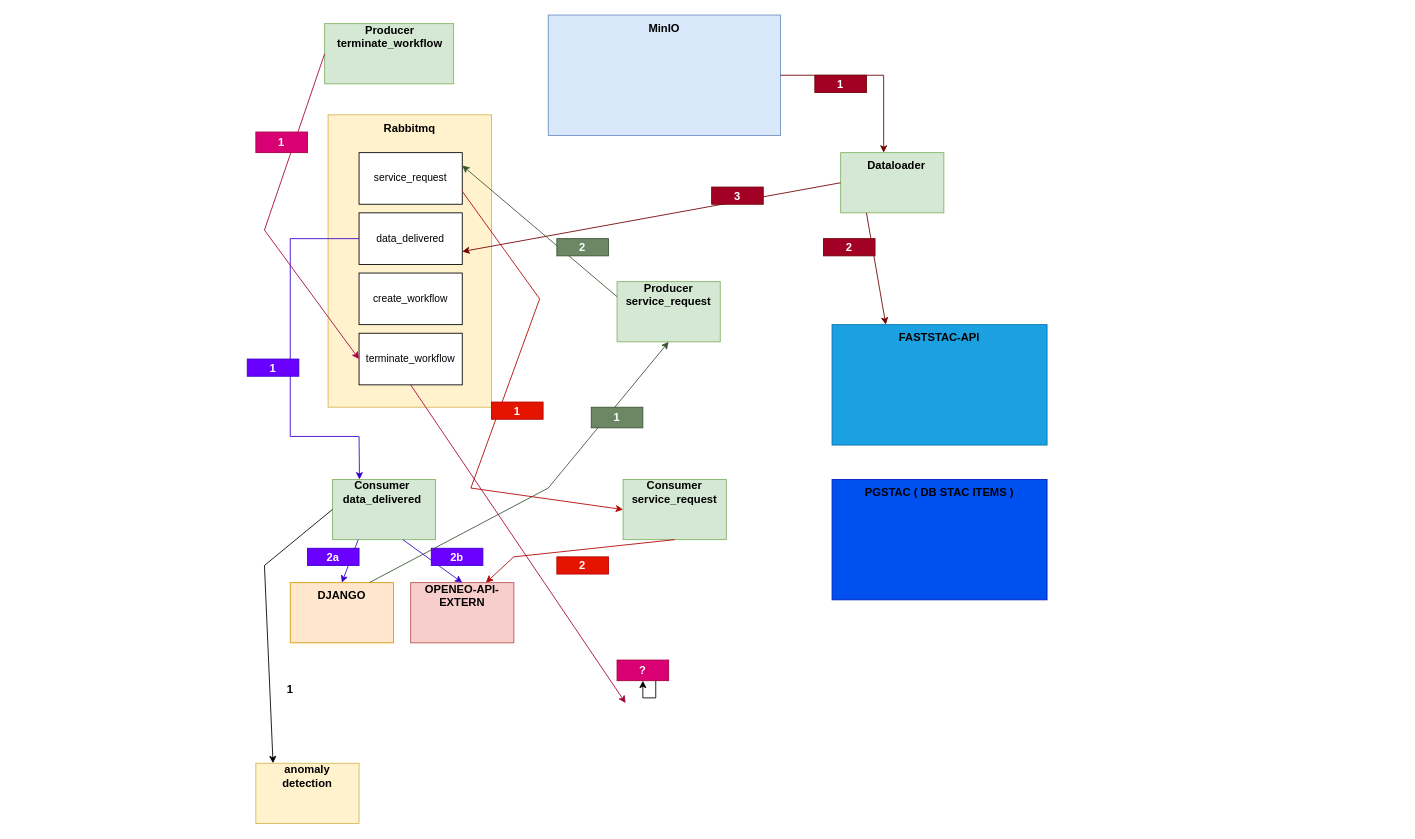
This is peooneer.drawio from espdits/essenzaAngelica, a draw.io file, before an edit. Source tidied: cells renumbered, new cells numbered last; positions are measured from the earlier drawing's top-left corner, leaving out a move shared by most shapes. Both pictures are drawn from the tidied source at 86%, with x=0, y=0 at pixel (247, 15).
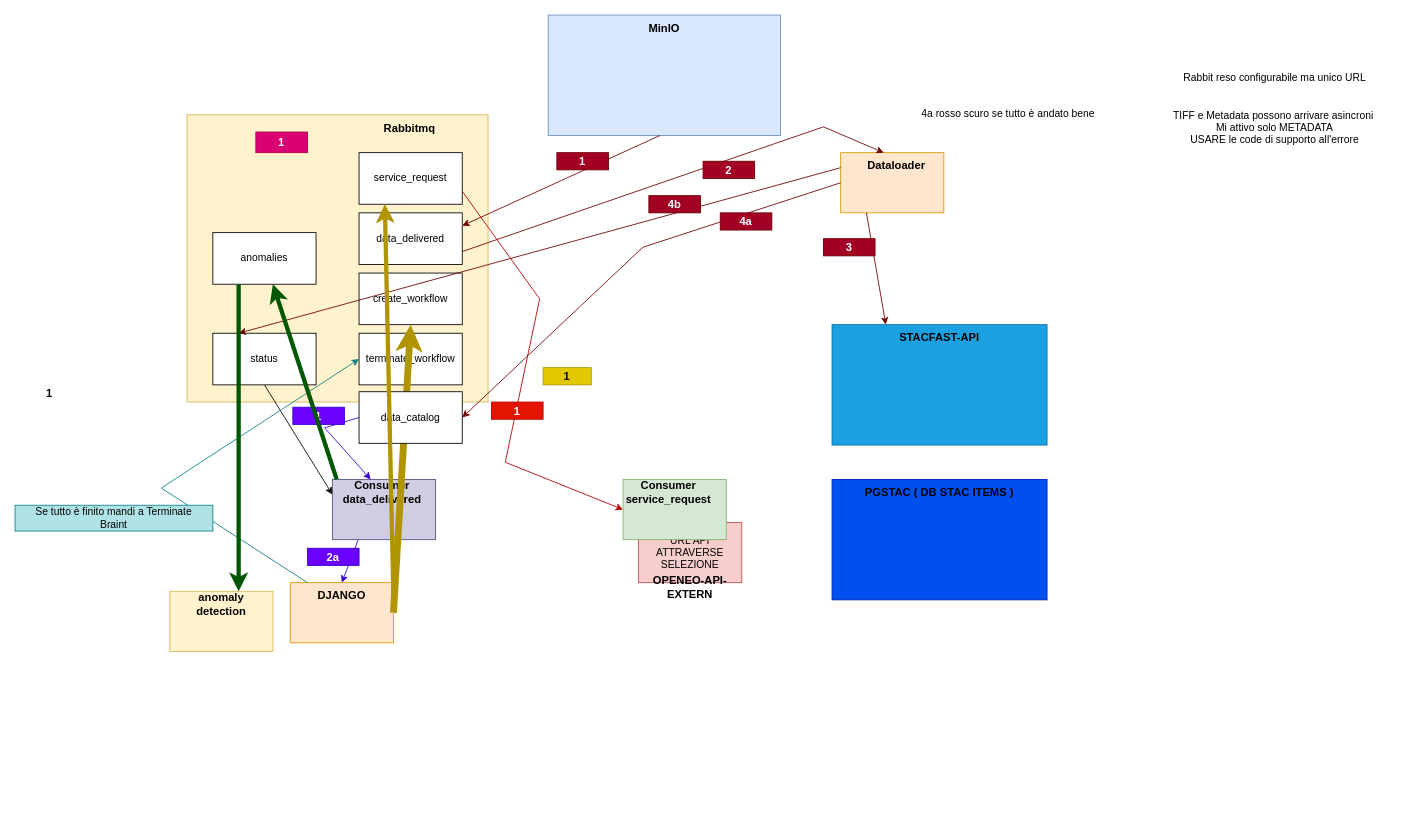
The same page after the edit.

Unchanged cells that the change refers to:
```xml
<mxCell id="3" value="data_delivered" style="rounded=0;whiteSpace=wrap;html=1;" parent="1" vertex="1">
  <mxGeometry x="130" y="230" width="120" height="60" as="geometry" />
</mxCell>
<mxCell id="4" value="create_workflow" style="rounded=0;whiteSpace=wrap;html=1;" parent="1" vertex="1">
  <mxGeometry x="130" y="300" width="120" height="60" as="geometry" />
</mxCell>
<mxCell id="5" value="service_request" style="rounded=0;whiteSpace=wrap;html=1;" parent="1" vertex="1">
  <mxGeometry x="130" y="160" width="120" height="60" as="geometry" />
</mxCell>
<mxCell id="6" value="terminate_workflow" style="rounded=0;whiteSpace=wrap;html=1;" parent="1" vertex="1">
  <mxGeometry x="130" y="370" width="120" height="60" as="geometry" />
</mxCell>
<mxCell id="8" style="rounded=0;whiteSpace=wrap;html=1;fillColor=#dae8fc;strokeColor=#6c8ebf;" parent="1" vertex="1">
  <mxGeometry x="350" width="270" height="140" as="geometry" />
</mxCell>
<mxCell id="15" value="Dataloader" style="text;html=1;align=center;verticalAlign=middle;whiteSpace=wrap;rounded=0;fontStyle=1;fontSize=13;" parent="1" vertex="1">
  <mxGeometry x="700" y="160" width="110" height="30" as="geometry" />
</mxCell>
<mxCell id="23" value="Consumer data_delivered" style="text;html=1;align=center;verticalAlign=middle;whiteSpace=wrap;rounded=0;fontStyle=1;fontSize=13;" parent="1" vertex="1">
  <mxGeometry x="104" y="540" width="106" height="30" as="geometry" />
</mxCell>
<mxCell id="25" style="rounded=0;whiteSpace=wrap;html=1;fillColor=#ffe6cc;strokeColor=#d79b00;" parent="1" vertex="1">
  <mxGeometry x="50" y="660" width="120" height="70" as="geometry" />
</mxCell>
<mxCell id="27" value="DJANGO" style="text;html=1;align=center;verticalAlign=middle;whiteSpace=wrap;rounded=0;fontStyle=1;fontSize=13;" parent="1" vertex="1">
  <mxGeometry x="70" y="660" width="80" height="30" as="geometry" />
</mxCell>
<mxCell id="42" style="rounded=0;whiteSpace=wrap;html=1;fillColor=#d5e8d4;strokeColor=#82b366;" parent="1" vertex="1">
  <mxGeometry x="437" y="540" width="120" height="70" as="geometry" />
</mxCell>
```

Change to the diagram source:
```diff
@@
     <mxCell id="2" style="rounded=0;whiteSpace=wrap;html=1;fillColor=#fff2cc;strokeColor=#d6b656;" parent="1" vertex="1">
-      <mxGeometry x="94" y="116" width="190" height="340" as="geometry" />
+      <mxGeometry x="-70" y="116" width="350" height="334" as="geometry" />
     </mxCell>
@@
-    <mxCell id="11" value="FASTSTAC-API" style="text;html=1;align=center;verticalAlign=middle;whiteSpace=wrap;rounded=0;fontStyle=1;fontSize=13;" parent="1" vertex="1">
+    <mxCell id="11" value="STACFAST-API" style="text;html=1;align=center;verticalAlign=middle;whiteSpace=wrap;rounded=0;fontStyle=1;fontSize=13;" parent="1" vertex="1">
       <mxGeometry x="750" y="360" width="110" height="30" as="geometry" />
     </mxCell>
@@
-    <mxCell id="14" style="rounded=0;whiteSpace=wrap;html=1;fillColor=#d5e8d4;strokeColor=#82b366;" parent="1" vertex="1">
+    <mxCell id="14" style="rounded=0;whiteSpace=wrap;html=1;fillColor=#ffe6cc;strokeColor=#d79b00;" parent="1" vertex="1">
       <mxGeometry x="690" y="160" width="120" height="70" as="geometry" />
     </mxCell>
@@
-    <mxCell id="16" style="endArrow=classic;html=1;rounded=0;exitX=1;exitY=0.5;exitDx=0;exitDy=0;entryX=0.364;entryY=0;entryDx=0;entryDy=0;entryPerimeter=0;fillColor=#a20025;strokeColor=#6F0000;" parent="1" edge="1" source="8" target="15">
+    <mxCell id="16" style="endArrow=classic;html=1;rounded=0;exitX=1;exitY=0.75;exitDx=0;exitDy=0;entryX=0.364;entryY=0;entryDx=0;entryDy=0;entryPerimeter=0;fillColor=#a20025;strokeColor=#6F0000;" parent="1" edge="1" source="3" target="15">
       <mxGeometry relative="1" as="geometry">
         <Array as="points">
-          <mxPoint x="740" y="70" />
+          <mxPoint x="670" y="130" />
         </Array>
       </mxGeometry>
     </mxCell>
@@
-    <mxCell id="18" style="endArrow=classic;html=1;rounded=0;exitX=0;exitY=0.5;exitDx=0;exitDy=0;entryX=1;entryY=0.75;entryDx=0;entryDy=0;fillColor=#a20025;strokeColor=#6F0000;" parent="1" edge="1" source="14" target="3">
-      <mxGeometry relative="1" as="geometry" />
+    <mxCell id="18" style="endArrow=classic;html=1;rounded=0;entryX=1;entryY=0.25;entryDx=0;entryDy=0;fillColor=#a20025;strokeColor=#6F0000;" parent="1" edge="1" target="3">
+      <mxGeometry relative="1" as="geometry">
+        <mxPoint x="480" y="140" as="sourcePoint" />
+      </mxGeometry>
     </mxCell>
-    <mxCell id="19" value="1" style="text;html=1;align=center;verticalAlign=middle;whiteSpace=wrap;rounded=0;fontStyle=1;fontSize=13;fillColor=#a20025;fontColor=#ffffff;strokeColor=#6F0000;" parent="1" vertex="1">
-      <mxGeometry x="660" y="70" width="60" height="20" as="geometry" />
+    <mxCell id="19" value="2" style="text;html=1;align=center;verticalAlign=middle;whiteSpace=wrap;rounded=0;fontStyle=1;fontSize=13;fillColor=#a20025;fontColor=#ffffff;strokeColor=#6F0000;" parent="1" vertex="1">
+      <mxGeometry x="530" y="170" width="60" height="20" as="geometry" />
     </mxCell>
-    <mxCell id="20" value="2" style="text;html=1;align=center;verticalAlign=middle;whiteSpace=wrap;rounded=0;fontStyle=1;fontSize=13;fillColor=#a20025;fontColor=#ffffff;strokeColor=#6F0000;" parent="1" vertex="1">
+    <mxCell id="20" value="3" style="text;html=1;align=center;verticalAlign=middle;whiteSpace=wrap;rounded=0;fontStyle=1;fontSize=13;fillColor=#a20025;fontColor=#ffffff;strokeColor=#6F0000;" parent="1" vertex="1">
       <mxGeometry x="670" y="260" width="60" height="20" as="geometry" />
     </mxCell>
-    <mxCell id="21" value="3" style="text;html=1;align=center;verticalAlign=middle;whiteSpace=wrap;rounded=0;fontStyle=1;fontSize=13;fillColor=#a20025;fontColor=#ffffff;strokeColor=#6F0000;" parent="1" vertex="1">
-      <mxGeometry x="540" y="200" width="60" height="20" as="geometry" />
+    <mxCell id="21" value="1" style="text;html=1;align=center;verticalAlign=middle;whiteSpace=wrap;rounded=0;fontStyle=1;fontSize=13;fillColor=#a20025;fontColor=#ffffff;strokeColor=#6F0000;" parent="1" vertex="1">
+      <mxGeometry x="360" y="160" width="60" height="20" as="geometry" />
     </mxCell>
-    <mxCell id="22" style="rounded=0;whiteSpace=wrap;html=1;fillColor=#d5e8d4;strokeColor=#82b366;" parent="1" vertex="1">
+    <mxCell id="22" style="rounded=0;whiteSpace=wrap;html=1;fillColor=#d0cee2;strokeColor=#56517e;" parent="1" vertex="1">
       <mxGeometry x="99" y="540" width="120" height="70" as="geometry" />
     </mxCell>
@@
-    <mxCell id="24" style="endArrow=classic;html=1;rounded=0;exitX=0;exitY=0.5;exitDx=0;exitDy=0;entryX=0.25;entryY=0;entryDx=0;entryDy=0;fillColor=#6a00ff;strokeColor=#3700CC;" parent="1" edge="1" source="3" target="23">
-      <mxGeometry relative="1" as="geometry">
-        <Array as="points">
-          <mxPoint x="50" y="260" />
-          <mxPoint x="50" y="490" />
-          <mxPoint x="130" y="490" />
-        </Array>
-      </mxGeometry>
-    </mxCell>
@@
-    <mxCell id="26" style="rounded=0;whiteSpace=wrap;html=1;fillColor=#f8cecc;strokeColor=#b85450;" parent="1" vertex="1">
-      <mxGeometry x="190" y="660" width="120" height="70" as="geometry" />
+    <mxCell id="26" value="URL API ATTRAVERSE SELEZIONE" style="rounded=0;whiteSpace=wrap;html=1;fillColor=#f8cecc;strokeColor=#b85450;" parent="1" vertex="1">
+      <mxGeometry x="455" y="590" width="120" height="70" as="geometry" />
     </mxCell>
@@
     <mxCell id="28" value="OPENEO-API-EXTERN" style="text;html=1;align=center;verticalAlign=middle;whiteSpace=wrap;rounded=0;fontStyle=1;fontSize=13;" parent="1" vertex="1">
-      <mxGeometry x="195" y="660" width="110" height="30" as="geometry" />
+      <mxGeometry x="460" y="650" width="110" height="30" as="geometry" />
     </mxCell>
@@
-    <mxCell id="30" style="endArrow=classic;html=1;rounded=0;exitX=0.683;exitY=1;exitDx=0;exitDy=0;exitPerimeter=0;entryX=0.5;entryY=0;entryDx=0;entryDy=0;fillColor=#6a00ff;strokeColor=#3700CC;" parent="1" edge="1" source="22" target="28">
-      <mxGeometry relative="1" as="geometry" />
-    </mxCell>
@@
-    <mxCell id="32" value="1" style="text;html=1;align=center;verticalAlign=middle;whiteSpace=wrap;rounded=0;fontStyle=1;fontSize=13;fillColor=#6a00ff;fontColor=#ffffff;strokeColor=#3700CC;" parent="1" vertex="1">
-      <mxGeometry y="400" width="60" height="20" as="geometry" />
-    </mxCell>
@@
-    <mxCell id="34" value="2b" style="text;html=1;align=center;verticalAlign=middle;whiteSpace=wrap;rounded=0;fontStyle=1;fontSize=13;fillColor=#6a00ff;fontColor=#ffffff;strokeColor=#3700CC;" parent="1" vertex="1">
-      <mxGeometry x="214" y="620" width="60" height="20" as="geometry" />
-    </mxCell>
-    <mxCell id="35" style="rounded=0;whiteSpace=wrap;html=1;fillColor=#d5e8d4;strokeColor=#82b366;" parent="1" vertex="1">
-      <mxGeometry x="430" y="310" width="120" height="70" as="geometry" />
-    </mxCell>
-    <mxCell id="36" value="Producer service_request" style="text;html=1;align=center;verticalAlign=middle;whiteSpace=wrap;rounded=0;fontStyle=1;fontSize=13;" parent="1" vertex="1">
-      <mxGeometry x="437" y="310" width="106" height="30" as="geometry" />
-    </mxCell>
-    <mxCell id="37" style="endArrow=classic;html=1;rounded=0;exitX=0;exitY=0.25;exitDx=0;exitDy=0;entryX=1;entryY=0.25;entryDx=0;entryDy=0;fillColor=#6d8764;strokeColor=#3A5431;" parent="1" edge="1" source="35" target="5">
-      <mxGeometry relative="1" as="geometry" />
-    </mxCell>
-    <mxCell id="38" style="endArrow=classic;html=1;rounded=0;exitX=0.9;exitY=-0.002;exitDx=0;exitDy=0;exitPerimeter=0;entryX=0.5;entryY=1;entryDx=0;entryDy=0;fillColor=#6d8764;strokeColor=#3A5431;" parent="1" edge="1" source="27" target="35">
-      <mxGeometry relative="1" as="geometry">
-        <Array as="points">
-          <mxPoint x="350" y="550" />
-        </Array>
-      </mxGeometry>
-    </mxCell>
-    <mxCell id="39" value="1" style="text;html=1;align=center;verticalAlign=middle;whiteSpace=wrap;rounded=0;fontStyle=1;fontSize=13;fillColor=#6d8764;fontColor=#ffffff;strokeColor=#3A5431;" parent="1" vertex="1">
-      <mxGeometry x="400" y="456" width="60" height="24" as="geometry" />
-    </mxCell>
-    <mxCell id="40" value="2" style="text;html=1;align=center;verticalAlign=middle;whiteSpace=wrap;rounded=0;fontStyle=1;fontSize=13;fillColor=#6d8764;fontColor=#ffffff;strokeColor=#3A5431;" parent="1" vertex="1">
-      <mxGeometry x="360" y="260" width="60" height="20" as="geometry" />
-    </mxCell>
     <mxCell id="41" style="endArrow=classic;html=1;rounded=0;exitX=1;exitY=0.75;exitDx=0;exitDy=0;entryX=0;entryY=0.5;entryDx=0;entryDy=0;fillColor=#e51400;strokeColor=#B20000;" parent="1" edge="1" source="5" target="42">
       <mxGeometry relative="1" as="geometry">
         <Array as="points">
           <mxPoint x="340" y="330" />
-          <mxPoint x="260" y="550" />
+          <mxPoint x="300" y="520" />
         </Array>
       </mxGeometry>
     </mxCell>
@@
     <mxCell id="43" value="Consumer service_request" style="text;html=1;align=center;verticalAlign=middle;whiteSpace=wrap;rounded=0;fontStyle=1;fontSize=13;" parent="1" vertex="1">
-      <mxGeometry x="444" y="540" width="106" height="30" as="geometry" />
+      <mxGeometry x="437" y="540" width="106" height="30" as="geometry" />
     </mxCell>
-    <mxCell id="44" style="endArrow=classic;html=1;rounded=0;exitX=0.5;exitY=1;exitDx=0;exitDy=0;entryX=0.75;entryY=0;entryDx=0;entryDy=0;fillColor=#e51400;strokeColor=#B20000;" parent="1" edge="1" source="42" target="28">
-      <mxGeometry relative="1" as="geometry">
-        <Array as="points">
-          <mxPoint x="310" y="630" />
-        </Array>
-      </mxGeometry>
-    </mxCell>
@@
-    <mxCell id="46" value="2" style="text;html=1;align=center;verticalAlign=middle;whiteSpace=wrap;rounded=0;fontStyle=1;fontSize=13;fillColor=#e51400;fontColor=#ffffff;strokeColor=#B20000;" parent="1" vertex="1">
-      <mxGeometry x="360" y="630" width="60" height="20" as="geometry" />
-    </mxCell>
-    <mxCell id="47" style="rounded=0;whiteSpace=wrap;html=1;fillColor=#d5e8d4;strokeColor=#82b366;" parent="1" vertex="1">
-      <mxGeometry x="90" y="10" width="150" height="70" as="geometry" />
-    </mxCell>
-    <mxCell id="48" value="Producer terminate_workflow" style="text;html=1;align=center;verticalAlign=middle;whiteSpace=wrap;rounded=0;fontStyle=1;fontSize=13;" parent="1" vertex="1">
-      <mxGeometry x="113" y="10" width="106" height="30" as="geometry" />
-    </mxCell>
-    <mxCell id="49" style="endArrow=classic;html=1;rounded=0;exitX=0;exitY=0.5;exitDx=0;exitDy=0;entryX=0;entryY=0.5;entryDx=0;entryDy=0;fillColor=#d80073;strokeColor=#A50040;" parent="1" edge="1" source="47" target="6">
-      <mxGeometry relative="1" as="geometry">
-        <Array as="points">
-          <mxPoint x="20" y="250" />
-        </Array>
-      </mxGeometry>
-    </mxCell>
@@
-    <mxCell id="51" style="endArrow=classic;html=1;rounded=0;exitX=0.5;exitY=1;exitDx=0;exitDy=0;fillColor=#d80073;strokeColor=#A50040;" parent="1" edge="1" source="6">
-      <mxGeometry relative="1" as="geometry">
-        <mxPoint x="440" y="800" as="targetPoint" />
-      </mxGeometry>
-    </mxCell>
-    <mxCell id="52" value="?" style="text;html=1;align=center;verticalAlign=middle;whiteSpace=wrap;rounded=0;fontStyle=1;fontSize=13;fillColor=#d80073;fontColor=#ffffff;strokeColor=#A50040;" parent="1" vertex="1">
-      <mxGeometry x="430" y="750" width="60" height="24" as="geometry" />
-    </mxCell>
-    <mxCell id="53" style="edgeStyle=orthogonalEdgeStyle;rounded=0;orthogonalLoop=1;jettySize=auto;html=1;exitX=0.75;exitY=1;exitDx=0;exitDy=0;" parent="1" edge="1" source="52" target="52">
-      <mxGeometry relative="1" as="geometry" />
-    </mxCell>
-    <mxCell id="54" style="endArrow=classic;html=1;rounded=0;exitX=0;exitY=0.5;exitDx=0;exitDy=0;" parent="1" edge="1" source="22">
-      <mxGeometry relative="1" as="geometry">
-        <mxPoint x="30" y="870" as="targetPoint" />
-        <Array as="points">
-          <mxPoint x="20" y="640" />
-        </Array>
-      </mxGeometry>
-    </mxCell>
     <mxCell id="55" style="rounded=0;whiteSpace=wrap;html=1;fillColor=#fff2cc;strokeColor=#d6b656;" parent="1" vertex="1">
-      <mxGeometry x="10" y="870" width="120" height="70" as="geometry" />
+      <mxGeometry x="-90" y="670" width="120" height="70" as="geometry" />
     </mxCell>
     <mxCell id="56" value="anomaly detection" style="text;html=1;align=center;verticalAlign=middle;whiteSpace=wrap;rounded=0;fontStyle=1;fontSize=13;" parent="1" vertex="1">
-      <mxGeometry x="30" y="870" width="80" height="30" as="geometry" />
+      <mxGeometry x="-70" y="670" width="80" height="30" as="geometry" />
     </mxCell>
     <mxCell id="57" value="1" style="text;html=1;align=center;verticalAlign=middle;whiteSpace=wrap;rounded=0;fontStyle=1;fontSize=13;" parent="1" vertex="1">
-      <mxGeometry x="20" y="774" width="60" height="20" as="geometry" />
+      <mxGeometry x="-260" y="430" width="60" height="20" as="geometry" />
     </mxCell>
+    <mxCell id="58" value="Rabbit reso configurabile ma unico URL&lt;div&gt;&lt;br&gt;&lt;br&gt;TIFF e Metadata possono arrivare asincroni&amp;nbsp;&lt;/div&gt;&lt;div&gt;Mi attivo solo METADATA&lt;/div&gt;&lt;div&gt;USARE le code di supporto all'errore&lt;/div&gt;&lt;div&gt;&lt;br&gt;&lt;/div&gt;&lt;div&gt;&lt;br&gt;&lt;/div&gt;&lt;div&gt;&lt;br&gt;&lt;/div&gt;&lt;div&gt;&lt;br&gt;&lt;/div&gt;&lt;div&gt;&amp;nbsp;&lt;/div&gt;" style="text;html=1;align=center;verticalAlign=middle;whiteSpace=wrap;rounded=0;" parent="1" vertex="1">
+      <mxGeometry x="1050" y="10" width="290" height="270" as="geometry" />
+    </mxCell>
+    <mxCell id="39" value="1" style="text;html=1;align=center;verticalAlign=middle;whiteSpace=wrap;rounded=0;fontStyle=1;fontSize=13;fillColor=#e3c800;fontColor=#000000;strokeColor=#B09500;" parent="1" vertex="1">
+      <mxGeometry x="344" y="410" width="56" height="20" as="geometry" />
+    </mxCell>
+    <mxCell id="59" style="endArrow=classic;html=1;rounded=0;exitX=1;exitY=0.5;exitDx=0;exitDy=0;entryX=0.5;entryY=1;entryDx=0;entryDy=0;fillColor=#e3c800;strokeColor=#B09500;strokeWidth=8;" parent="1" edge="1" source="25" target="4">
+      <mxGeometry relative="1" as="geometry" />
+    </mxCell>
+    <mxCell id="60" value="data_catalog" style="rounded=0;whiteSpace=wrap;html=1;" parent="1" vertex="1">
+      <mxGeometry x="130" y="438" width="120" height="60" as="geometry" />
+    </mxCell>
+    <mxCell id="61" style="endArrow=classic;html=1;rounded=0;exitX=0;exitY=0.5;exitDx=0;exitDy=0;fillColor=#6a00ff;strokeColor=#3700CC;" parent="1" edge="1" source="60" target="23">
+      <mxGeometry relative="1" as="geometry">
+        <Array as="points">
+          <mxPoint x="90" y="480" />
+        </Array>
+      </mxGeometry>
+    </mxCell>
+    <mxCell id="32" value="1" style="text;html=1;align=center;verticalAlign=middle;whiteSpace=wrap;rounded=0;fontStyle=1;fontSize=13;fillColor=#6a00ff;fontColor=#ffffff;strokeColor=#3700CC;" parent="1" vertex="1">
+      <mxGeometry x="53" y="456" width="60" height="20" as="geometry" />
+    </mxCell>
+    <mxCell id="62" style="endArrow=classic;html=1;rounded=0;exitX=0;exitY=0.5;exitDx=0;exitDy=0;entryX=1;entryY=0.5;entryDx=0;entryDy=0;fillColor=#a20025;strokeColor=#6F0000;" parent="1" edge="1" source="14" target="60">
+      <mxGeometry relative="1" as="geometry">
+        <Array as="points">
+          <mxPoint x="460" y="270" />
+        </Array>
+      </mxGeometry>
+    </mxCell>
+    <mxCell id="63" value="4a" style="text;html=1;align=center;verticalAlign=middle;whiteSpace=wrap;rounded=0;fontStyle=1;fontSize=13;fillColor=#a20025;fontColor=#ffffff;strokeColor=#6F0000;" parent="1" vertex="1">
+      <mxGeometry x="550" y="230" width="60" height="20" as="geometry" />
+    </mxCell>
+    <mxCell id="64" value="4a rosso scuro se tutto è andato bene" style="text;html=1;align=center;verticalAlign=middle;whiteSpace=wrap;rounded=0;" parent="1" vertex="1">
+      <mxGeometry x="750" y="100" width="270" height="30" as="geometry" />
+    </mxCell>
+    <mxCell id="65" value="status" style="rounded=0;whiteSpace=wrap;html=1;" parent="1" vertex="1">
+      <mxGeometry x="-40" y="370" width="120" height="60" as="geometry" />
+    </mxCell>
+    <mxCell id="66" style="endArrow=classic;html=1;rounded=0;exitX=0.5;exitY=1;exitDx=0;exitDy=0;entryX=0;entryY=0.25;entryDx=0;entryDy=0;" parent="1" edge="1" source="65" target="22">
+      <mxGeometry relative="1" as="geometry" />
+    </mxCell>
+    <mxCell id="67" style="endArrow=classic;html=1;rounded=0;exitX=0;exitY=0.25;exitDx=0;exitDy=0;entryX=0.25;entryY=0;entryDx=0;entryDy=0;fillColor=#a20025;strokeColor=#6F0000;" parent="1" edge="1" source="14" target="65">
+      <mxGeometry relative="1" as="geometry" />
+    </mxCell>
+    <mxCell id="68" value="4b" style="text;html=1;align=center;verticalAlign=middle;whiteSpace=wrap;rounded=0;fontStyle=1;fontSize=13;fillColor=#a20025;fontColor=#ffffff;strokeColor=#6F0000;" parent="1" vertex="1">
+      <mxGeometry x="467" y="210" width="60" height="20" as="geometry" />
+    </mxCell>
+    <mxCell id="69" style="endArrow=classic;html=1;rounded=0;exitX=0;exitY=0;exitDx=0;exitDy=0;entryX=0;entryY=0.5;entryDx=0;entryDy=0;fillColor=#b0e3e6;strokeColor=#0e8088;" parent="1" edge="1" source="27" target="6">
+      <mxGeometry relative="1" as="geometry">
+        <Array as="points">
+          <mxPoint x="-100" y="550" />
+        </Array>
+      </mxGeometry>
+    </mxCell>
+    <mxCell id="70" value="Se tutto è finito mandi a Terminate&lt;br&gt;Braint" style="text;html=1;align=center;verticalAlign=middle;whiteSpace=wrap;rounded=0;fillColor=#b0e3e6;strokeColor=#0e8088;" parent="1" vertex="1">
+      <mxGeometry x="-270" y="570" width="230" height="30" as="geometry" />
+    </mxCell>
+    <mxCell id="71" style="endArrow=classic;html=1;rounded=0;exitX=1;exitY=0.25;exitDx=0;exitDy=0;strokeWidth=5;fillColor=#e3c800;strokeColor=#B09500;entryX=0.25;entryY=1;entryDx=0;entryDy=0;" parent="1" edge="1" source="25" target="5">
+      <mxGeometry relative="1" as="geometry" />
+    </mxCell>
+    <mxCell id="72" value="anomalies" style="rounded=0;whiteSpace=wrap;html=1;" parent="1" vertex="1">
+      <mxGeometry x="-40" y="253" width="120" height="60" as="geometry" />
+    </mxCell>
+    <mxCell id="73" style="endArrow=classic;html=1;rounded=0;exitX=0;exitY=0;exitDx=0;exitDy=0;strokeWidth=5;fillColor=#008a00;strokeColor=#005700;" parent="1" edge="1" source="23" target="72">
+      <mxGeometry relative="1" as="geometry" />
+    </mxCell>
+    <mxCell id="74" style="endArrow=classic;html=1;rounded=0;exitX=0.25;exitY=1;exitDx=0;exitDy=0;entryX=0.75;entryY=0;entryDx=0;entryDy=0;strokeWidth=5;fillColor=#008a00;strokeColor=#005700;" parent="1" edge="1" source="72" target="56">
+      <mxGeometry relative="1" as="geometry" />
+    </mxCell>
```
